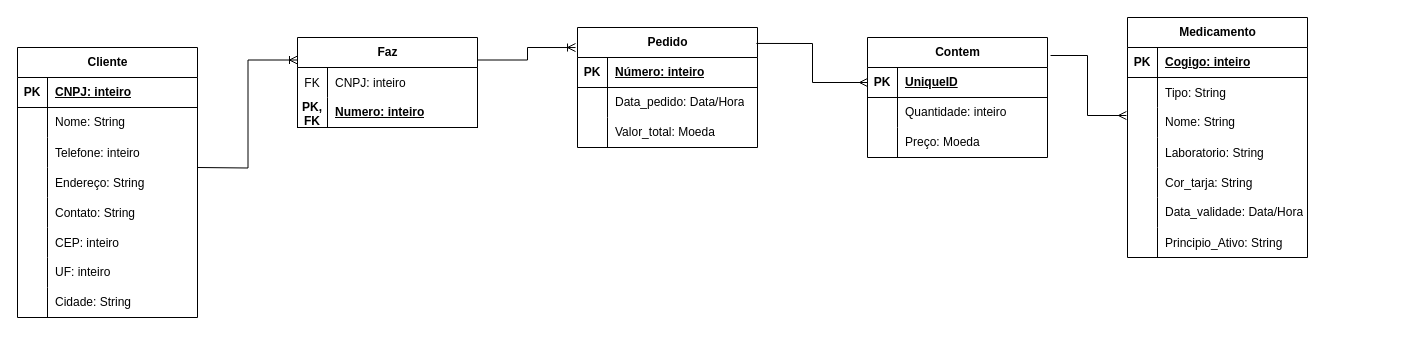
This is atividade de sala2.drawio from adiantaduh/bd1, a draw.io file, before an edit. Source tidied: cells renumbered, new cells numbered last; positions are measured from the earlier drawing's top-left corner, leaving out a move shared by most shapes. Both pictures are drawn from the tidied source at 100%, with x=0, y=0 at pixel (17, 17).
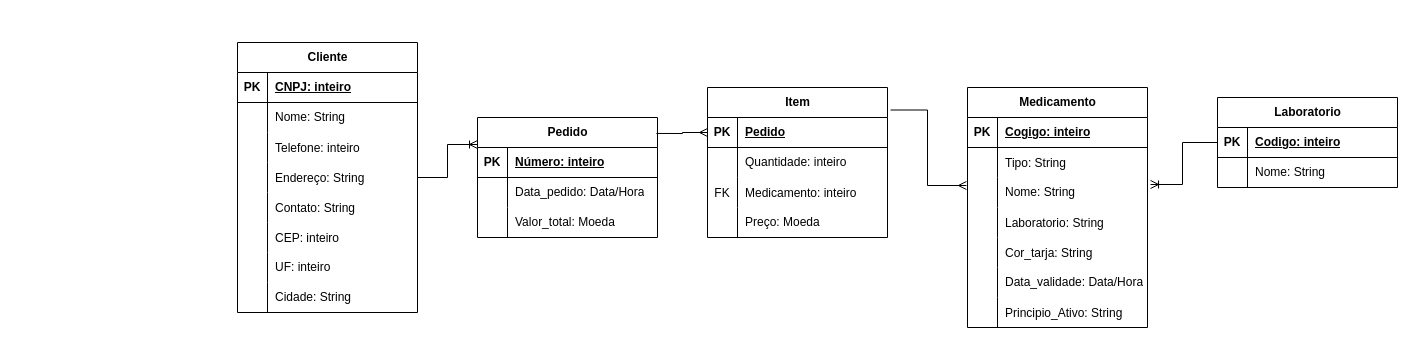
After the change.

Unchanged cells that the change refers to:
```xml
<mxCell id="3" style="shape=tableRow;horizontal=0;startSize=0;swimlaneHead=0;swimlaneBody=0;fillColor=none;points=[[0,0.5],[1,0.5]];portConstraint=eastwest;top=0;left=0;right=0;bottom=1;" parent="2" vertex="1">
  <mxGeometry y="30" width="180" height="30" as="geometry" />
</mxCell>
<mxCell id="19" style="shape=tableRow;horizontal=0;startSize=0;swimlaneHead=0;swimlaneBody=0;fillColor=none;points=[[0,0.5],[1,0.5]];portConstraint=eastwest;top=0;left=0;right=0;bottom=0;" parent="12" vertex="1">
  <mxGeometry y="90" width="180" height="30" as="geometry" />
</mxCell>
<mxCell id="44" style="shape=tableRow;horizontal=0;startSize=0;swimlaneHead=0;swimlaneBody=0;fillColor=none;points=[[0,0.5],[1,0.5]];portConstraint=eastwest;top=0;left=0;right=0;bottom=0;" parent="34" vertex="1">
  <mxGeometry y="120" width="180" height="30" as="geometry" />
</mxCell>
<mxCell id="67" style="shape=tableRow;horizontal=0;startSize=0;swimlaneHead=0;swimlaneBody=0;fillColor=none;points=[[0,0.5],[1,0.5]];portConstraint=eastwest;top=0;left=0;right=0;bottom=1;" parent="66" vertex="1">
  <mxGeometry y="30" width="180" height="30" as="geometry" />
</mxCell>
```

The edit, as a diff of the source:
```diff
@@
     <mxCell id="2" value="Pedido" style="shape=table;startSize=30;childLayout=tableLayout;rowLines=0;fontStyle=1;align=center;html=1;" parent="1" vertex="1">
-      <mxGeometry x="560" y="10" width="180" height="120" as="geometry" />
+      <mxGeometry x="460" y="100" width="180" height="120" as="geometry" />
     </mxCell>
@@
     <mxCell id="12" value="Medicamento" style="shape=table;startSize=30;childLayout=tableLayout;rowLines=0;fontStyle=1;align=center;html=1;" parent="1" vertex="1">
-      <mxGeometry x="1110" width="180" height="240" as="geometry" />
+      <mxGeometry x="950" y="70" width="180" height="240" as="geometry" />
     </mxCell>
@@
     <mxCell id="34" value="Cliente" style="shape=table;startSize=30;childLayout=tableLayout;rowLines=0;fontStyle=1;align=center;html=1;" parent="1" vertex="1">
-      <mxGeometry y="30" width="180" height="270" as="geometry" />
+      <mxGeometry x="220" y="25" width="180" height="270" as="geometry" />
     </mxCell>
@@
-    <mxCell id="59" value="Faz" style="shape=table;startSize=30;childLayout=tableLayout;rowLines=0;fontStyle=1;align=center;html=1;" parent="1" vertex="1">
-      <mxGeometry x="280" y="20" width="180" height="90" as="geometry" />
-    </mxCell>
-    <mxCell id="60" style="shape=tableRow;horizontal=0;startSize=0;swimlaneHead=0;swimlaneBody=0;fillColor=none;top=0;left=0;right=0;bottom=0;fontFamily=Helvetica;fontSize=12;fontColor=default;labelBackgroundColor=default;" parent="59" vertex="1">
-      <mxGeometry y="30" width="180" height="30" as="geometry" />
-    </mxCell>
-    <mxCell id="61" value="FK" style="shape=partialRectangle;fillColor=none;top=0;left=0;bottom=0;right=0;overflow=hidden;fontFamily=Helvetica;fontSize=12;fontColor=default;labelBackgroundColor=default;" parent="60" vertex="1">
-      <mxGeometry width="30" height="30" as="geometry" />
-    </mxCell>
-    <mxCell id="62" value="CNPJ: inteiro" style="shape=partialRectangle;fillColor=none;top=0;left=0;bottom=0;right=0;align=left;spacingLeft=6;overflow=hidden;fontFamily=Helvetica;fontSize=12;fontColor=default;labelBackgroundColor=default;" parent="60" vertex="1">
-      <mxGeometry x="30" width="150" height="30" as="geometry" />
-    </mxCell>
-    <mxCell id="63" style="shape=tableRow;horizontal=0;startSize=0;swimlaneHead=0;swimlaneBody=0;fillColor=none;top=0;left=0;right=0;bottom=1;" parent="59" vertex="1">
-      <mxGeometry y="60" width="180" height="30" as="geometry" />
-    </mxCell>
-    <mxCell id="64" value="PK,&lt;div&gt;FK&lt;/div&gt;" style="shape=partialRectangle;fillColor=none;top=0;left=0;bottom=0;right=0;fontStyle=1;overflow=hidden;whiteSpace=wrap;html=1;" parent="63" vertex="1">
-      <mxGeometry width="30" height="30" as="geometry" />
-    </mxCell>
-    <mxCell id="65" value="Numero: inteiro" style="shape=partialRectangle;fillColor=none;top=0;left=0;bottom=0;right=0;align=left;spacingLeft=6;fontStyle=5;overflow=hidden;whiteSpace=wrap;html=1;" parent="63" vertex="1">
-      <mxGeometry x="30" width="150" height="30" as="geometry" />
-    </mxCell>
-    <mxCell id="66" value="Contem" style="shape=table;startSize=30;childLayout=tableLayout;rowLines=0;fontStyle=1;align=center;html=1;" parent="1" vertex="1">
-      <mxGeometry x="850" y="20" width="180" height="120" as="geometry" />
+    <mxCell id="66" value="Item" style="shape=table;startSize=30;childLayout=tableLayout;rowLines=0;fontStyle=1;align=center;html=1;" parent="1" vertex="1">
+      <mxGeometry x="690" y="70" width="180" height="150" as="geometry" />
     </mxCell>
@@
-    <mxCell id="69" value="UniqueID" style="shape=partialRectangle;fillColor=none;top=0;left=0;bottom=0;right=0;align=left;spacingLeft=6;fontStyle=5;overflow=hidden;whiteSpace=wrap;html=1;" parent="67" vertex="1">
+    <mxCell id="69" value="Pedido" style="shape=partialRectangle;fillColor=none;top=0;left=0;bottom=0;right=0;align=left;spacingLeft=6;fontStyle=5;overflow=hidden;whiteSpace=wrap;html=1;" parent="67" vertex="1">
       <mxGeometry x="30" width="150" height="30" as="geometry" />
     </mxCell>
@@
+    <mxCell id="80" style="shape=tableRow;horizontal=0;startSize=0;swimlaneHead=0;swimlaneBody=0;fillColor=none;top=0;left=0;right=0;bottom=0;fontFamily=Helvetica;fontSize=12;fontColor=default;labelBackgroundColor=default;" parent="66" vertex="1">
+      <mxGeometry y="90" width="180" height="30" as="geometry" />
+    </mxCell>
+    <mxCell id="61" value="FK" style="shape=partialRectangle;fillColor=none;top=0;left=0;bottom=0;right=0;overflow=hidden;fontFamily=Helvetica;fontSize=12;fontColor=default;labelBackgroundColor=default;" parent="80" vertex="1">
+      <mxGeometry width="30" height="30" as="geometry" />
+    </mxCell>
+    <mxCell id="81" value="Medicamento: inteiro" style="shape=partialRectangle;fillColor=none;top=0;left=0;bottom=0;right=0;align=left;spacingLeft=6;overflow=hidden;fontFamily=Helvetica;fontSize=12;fontColor=default;labelBackgroundColor=default;" parent="80" vertex="1">
+      <mxGeometry x="30" width="150" height="30" as="geometry" />
+    </mxCell>
     <mxCell id="73" style="shape=tableRow;horizontal=0;startSize=0;swimlaneHead=0;swimlaneBody=0;fillColor=none;top=0;left=0;right=0;bottom=0;" parent="66" vertex="1">
-      <mxGeometry y="90" width="180" height="30" as="geometry" />
+      <mxGeometry y="120" width="180" height="30" as="geometry" />
     </mxCell>
@@
-    <mxCell id="76" style="edgeStyle=orthogonalEdgeStyle;fontSize=12;html=1;endArrow=ERoneToMany;rounded=0;entryX=0;entryY=0.25;entryDx=0;entryDy=0;" parent="1" edge="1" target="59">
-      <mxGeometry relative="1" as="geometry">
-        <mxPoint x="180" y="150" as="sourcePoint" />
-      </mxGeometry>
+    <mxCell id="76" style="edgeStyle=orthogonalEdgeStyle;fontSize=12;html=1;endArrow=ERoneToMany;rounded=0;entryX=0;entryY=-0.1;entryDx=0;entryDy=0;entryPerimeter=0;exitX=1;exitY=0.5;exitDx=0;exitDy=0;" parent="1" edge="1" source="44" target="3">
+      <mxGeometry relative="1" as="geometry" />
     </mxCell>
-    <mxCell id="77" style="edgeStyle=orthogonalEdgeStyle;fontSize=12;html=1;endArrow=ERoneToMany;rounded=0;exitX=1;exitY=0.25;exitDx=0;exitDy=0;entryX=-0.011;entryY=0.167;entryDx=0;entryDy=0;entryPerimeter=0;" parent="1" edge="1" source="59" target="2">
-      <mxGeometry relative="1" as="geometry" />
-    </mxCell>
@@
+    <mxCell id="82" value="Laboratorio" style="shape=table;startSize=30;childLayout=tableLayout;rowLines=0;fontStyle=1;align=center;html=1;fontFamily=Helvetica;fontSize=12;fontColor=default;labelBackgroundColor=default;" parent="1" vertex="1">
+      <mxGeometry x="1200" y="80" width="180" height="90" as="geometry" />
+    </mxCell>
+    <mxCell id="83" style="shape=tableRow;horizontal=0;startSize=0;swimlaneHead=0;swimlaneBody=0;fillColor=none;points=[[0,0.5],[1,0.5]];portConstraint=eastwest;top=0;left=0;right=0;bottom=1;fontFamily=Helvetica;fontSize=12;fontColor=default;labelBackgroundColor=default;" parent="82" vertex="1">
+      <mxGeometry y="30" width="180" height="30" as="geometry" />
+    </mxCell>
+    <mxCell id="84" value="PK" style="shape=partialRectangle;fillColor=none;top=0;left=0;bottom=0;right=0;fontStyle=1;overflow=hidden;whiteSpace=wrap;html=1;fontFamily=Helvetica;fontSize=12;fontColor=default;labelBackgroundColor=default;" parent="83" vertex="1">
+      <mxGeometry width="30" height="30" as="geometry" />
+    </mxCell>
+    <mxCell id="85" value="Codigo: inteiro" style="shape=partialRectangle;fillColor=none;top=0;left=0;bottom=0;right=0;align=left;spacingLeft=6;fontStyle=5;overflow=hidden;whiteSpace=wrap;html=1;fontFamily=Helvetica;fontSize=12;fontColor=default;labelBackgroundColor=default;" parent="83" vertex="1">
+      <mxGeometry x="30" width="150" height="30" as="geometry" />
+    </mxCell>
+    <mxCell id="86" style="shape=tableRow;horizontal=0;startSize=0;swimlaneHead=0;swimlaneBody=0;fillColor=none;top=0;left=0;right=0;bottom=0;fontFamily=Helvetica;fontSize=12;fontColor=default;labelBackgroundColor=default;" parent="82" vertex="1">
+      <mxGeometry y="60" width="180" height="30" as="geometry" />
+    </mxCell>
+    <mxCell id="87" style="shape=partialRectangle;fillColor=none;top=0;left=0;bottom=0;right=0;overflow=hidden;whiteSpace=wrap;html=1;fontFamily=Helvetica;fontSize=12;fontColor=default;labelBackgroundColor=default;" parent="86" vertex="1">
+      <mxGeometry width="30" height="30" as="geometry" />
+    </mxCell>
+    <mxCell id="88" value="Nome: String" style="shape=partialRectangle;fillColor=none;top=0;left=0;bottom=0;right=0;align=left;spacingLeft=6;overflow=hidden;whiteSpace=wrap;html=1;fontFamily=Helvetica;fontSize=12;fontColor=default;labelBackgroundColor=default;" parent="86" vertex="1">
+      <mxGeometry x="30" width="150" height="30" as="geometry" />
+    </mxCell>
+    <mxCell id="89" style="edgeStyle=orthogonalEdgeStyle;fontSize=12;html=1;endArrow=ERoneToMany;rounded=0;strokeColor=default;align=center;verticalAlign=middle;fontFamily=Helvetica;fontColor=default;labelBackgroundColor=default;entryX=1.017;entryY=0.233;entryDx=0;entryDy=0;entryPerimeter=0;exitX=0;exitY=0.5;exitDx=0;exitDy=0;" parent="1" edge="1" source="83" target="19">
+      <mxGeometry relative="1" as="geometry" />
+    </mxCell>
```
